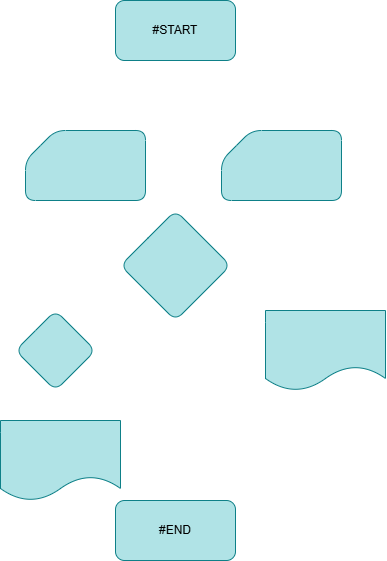
Before: elif.diag.png, a diagram exported from draw.io (mayalis2002/Class-Practice). Source tidied: cells renumbered, new cells last; positions are measured from the earlier drawing's top-left corner, leaving out a move shared by most shapes.
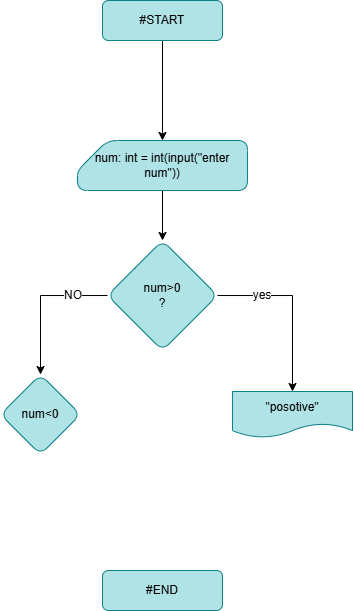
The same file after the commit.

Diff of the diagram source:
```diff
@@ -2,29 +2,41 @@
   <root>
     <mxCell id="0" />
     <mxCell id="1" parent="0" />
+    <mxCell id="10" style="edgeStyle=orthogonalEdgeStyle;rounded=0;jettySize=auto;html=1;fontFamily=Helvetica;fontSize=12;fontColor=default;" parent="1" edge="1" source="2" target="3">
+      <mxGeometry relative="1" as="geometry" />
+    </mxCell>
     <mxCell id="2" value="#START" style="rounded=1;whiteSpace=wrap;html=1;fillColor=#b0e3e6;strokeColor=#0e8088;" parent="1" vertex="1">
-      <mxGeometry x="115" width="120" height="60" as="geometry" />
+      <mxGeometry x="115" width="120" height="40" as="geometry" />
     </mxCell>
+    <mxCell id="11" style="edgeStyle=orthogonalEdgeStyle;rounded=0;jettySize=auto;html=1;fontFamily=Helvetica;fontSize=12;fontColor=default;" parent="1" edge="1" source="3" target="4">
+      <mxGeometry relative="1" as="geometry" />
+    </mxCell>
-    <mxCell id="3" style="shape=card;whiteSpace=wrap;html=1;rounded=1;strokeColor=#0e8088;align=center;verticalAlign=middle;fontFamily=Helvetica;fontSize=12;fontColor=default;fillColor=#b0e3e6;" parent="1" vertex="1">
-      <mxGeometry x="25" y="130" width="120" height="70" as="geometry" />
+    <mxCell id="3" value="num: int = int(input(&quot;enter num&quot;))" style="shape=card;whiteSpace=wrap;html=1;rounded=1;strokeColor=#0e8088;align=center;verticalAlign=middle;fontFamily=Helvetica;fontSize=12;fontColor=default;fillColor=#b0e3e6;" parent="1" vertex="1">
+      <mxGeometry x="90" y="140" width="170" height="50" as="geometry" />
     </mxCell>
+    <mxCell id="12" style="edgeStyle=orthogonalEdgeStyle;rounded=0;jettySize=auto;html=1;fontFamily=Helvetica;fontSize=12;fontColor=default;entryX=0.5;entryY=0;entryDx=0;entryDy=0;" parent="1" edge="1" source="4" target="7">
+      <mxGeometry relative="1" as="geometry" />
+    </mxCell>
+    <mxCell id="13" style="edgeStyle=orthogonalEdgeStyle;rounded=0;jettySize=auto;html=1;fontFamily=Helvetica;fontSize=12;fontColor=default;" parent="1" edge="1" source="4" target="6">
+      <mxGeometry relative="1" as="geometry" />
+    </mxCell>
-    <mxCell id="4" style="rhombus;whiteSpace=wrap;html=1;rounded=1;strokeColor=#0e8088;align=center;verticalAlign=middle;fontFamily=Helvetica;fontSize=12;fontColor=default;fillColor=#b0e3e6;" parent="1" vertex="1">
-      <mxGeometry x="120" y="210" width="110" height="110" as="geometry" />
+    <mxCell id="4" value="num&amp;gt;0&lt;div&gt;?&lt;/div&gt;" style="rhombus;whiteSpace=wrap;html=1;rounded=1;strokeColor=#0e8088;align=center;verticalAlign=middle;fontFamily=Helvetica;fontSize=12;fontColor=default;fillColor=#b0e3e6;" parent="1" vertex="1">
+      <mxGeometry x="120" y="240" width="110" height="110" as="geometry" />
     </mxCell>
-    <mxCell id="5" style="shape=card;whiteSpace=wrap;html=1;rounded=1;strokeColor=#0e8088;align=center;verticalAlign=middle;fontFamily=Helvetica;fontSize=12;fontColor=default;fillColor=#b0e3e6;" parent="1" vertex="1">
-      <mxGeometry x="221" y="130" width="120" height="70" as="geometry" />
-    </mxCell>
-    <mxCell id="6" style="rhombus;whiteSpace=wrap;html=1;rounded=1;strokeColor=#0e8088;align=center;verticalAlign=middle;fontFamily=Helvetica;fontSize=12;fontColor=default;fillColor=#b0e3e6;" parent="1" vertex="1">
-      <mxGeometry x="15" y="310" width="80" height="80" as="geometry" />
+    <mxCell id="6" value="num&amp;lt;0" style="rhombus;whiteSpace=wrap;html=1;rounded=1;strokeColor=#0e8088;align=center;verticalAlign=middle;fontFamily=Helvetica;fontSize=12;fontColor=default;fillColor=#b0e3e6;" parent="1" vertex="1">
+      <mxGeometry x="13" y="374" width="80" height="80" as="geometry" />
     </mxCell>
-    <mxCell id="7" style="shape=document;whiteSpace=wrap;html=1;boundedLbl=1;rounded=1;strokeColor=#0e8088;align=center;verticalAlign=middle;fontFamily=Helvetica;fontSize=12;fontColor=default;fillColor=#b0e3e6;" parent="1" vertex="1">
-      <mxGeometry x="265" y="310" width="120" height="80" as="geometry" />
+    <mxCell id="7" value="&quot;posotive&quot;" style="shape=document;whiteSpace=wrap;html=1;boundedLbl=1;rounded=1;strokeColor=#0e8088;align=center;verticalAlign=middle;fontFamily=Helvetica;fontSize=12;fontColor=default;fillColor=#b0e3e6;" parent="1" vertex="1">
+      <mxGeometry x="245" y="391" width="120" height="46" as="geometry" />
     </mxCell>
-    <mxCell id="8" style="shape=document;whiteSpace=wrap;html=1;boundedLbl=1;rounded=1;strokeColor=#0e8088;align=center;verticalAlign=middle;fontFamily=Helvetica;fontSize=12;fontColor=default;fillColor=#b0e3e6;" parent="1" vertex="1">
-      <mxGeometry y="420" width="120" height="80" as="geometry" />
-    </mxCell>
     <mxCell id="9" value="#END" style="rounded=1;whiteSpace=wrap;html=1;strokeColor=#0e8088;align=center;verticalAlign=middle;fontFamily=Helvetica;fontSize=12;fontColor=default;fillColor=#b0e3e6;" parent="1" vertex="1">
-      <mxGeometry x="115" y="500" width="120" height="60" as="geometry" />
+      <mxGeometry x="115" y="570" width="120" height="40" as="geometry" />
     </mxCell>
+    <mxCell id="14" value="yes" style="text;html=1;align=center;verticalAlign=middle;whiteSpace=wrap;rounded=0;fontFamily=Helvetica;fontSize=12;fontColor=default;labelBackgroundColor=default;" parent="1" vertex="1">
+      <mxGeometry x="245" y="280" width="60" height="30" as="geometry" />
+    </mxCell>
+    <mxCell id="15" value="NO" style="text;html=1;align=center;verticalAlign=middle;whiteSpace=wrap;rounded=0;fontFamily=Helvetica;fontSize=12;fontColor=default;labelBackgroundColor=default;" parent="1" vertex="1">
+      <mxGeometry x="56" y="280" width="60" height="30" as="geometry" />
+    </mxCell>
   </root>
 </mxGraphModel>
```
